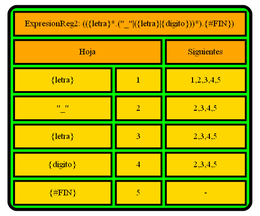
Earlier version of the Graphviz export SIGUIENTES_202004765/TablaSig_ExpresionReg2.png (PikaGuty/OLC1_Proyecto1_202004765). Its source is kept beside it as SIGUIENTES_202004765/TablaSig_ExpresionReg2.dot.
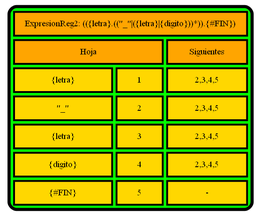
Above is the later version.

Change to the diagram source:
```diff
@@ -2,14 +2,14 @@
   label=<
  <TABLE border="5" cellspacing="4" cellpadding="10" style="rounded" bgcolor="green" gradientangle="315">
 <TR>
-<TD border="3"  colspan="4" bgcolor="orange">ExpresionReg2: (({letra}*.("_"|({letra}|{digito}))*).{#FIN})</TD>
+<TD border="3"  colspan="4" bgcolor="orange">ExpresionReg2: (({letra}.(("_"|({letra}|{digito}))*)).{#FIN})</TD>
 </TR><TR>
 <TD border="3"  colspan="2" bgcolor="orange">Hoja</TD>
 <TD border="3"  colspan="2" bgcolor="orange">Siguientes</TD>
 </TR><TR>
 <TD border="3"  bgcolor="gold">{letra}</TD>
 <TD border="3"  bgcolor="gold">1</TD>
-<TD border="3"  colspan="2" bgcolor="gold">1,2,3,4,5</TD>
+<TD border="3"  colspan="2" bgcolor="gold">2,3,4,5</TD>
 </TR><TR>
 <TD border="3"  bgcolor="gold">"_"</TD>
 <TD border="3"  bgcolor="gold">2</TD>
```
